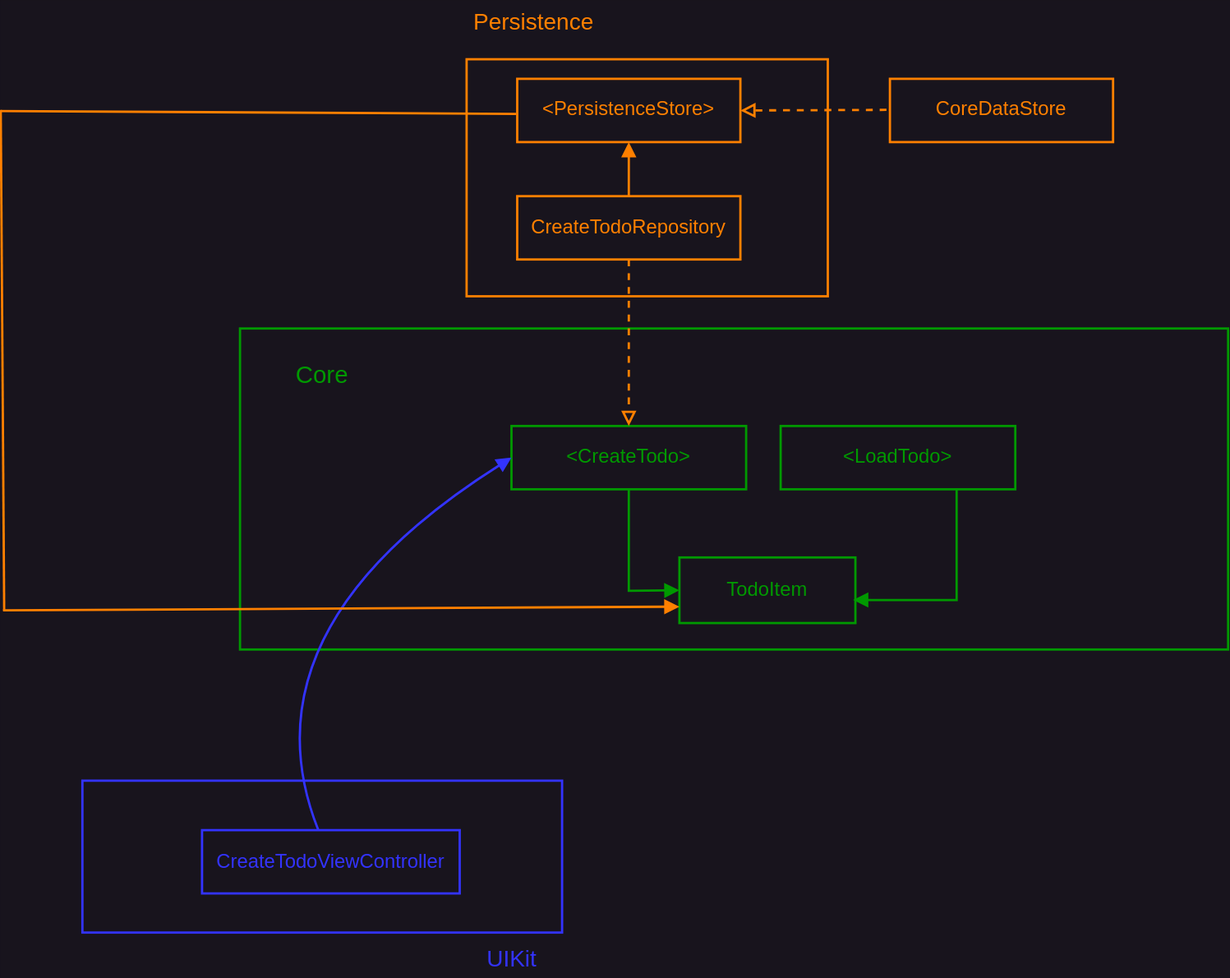
Above: architecture.svg in LR-Argentino/TodoCaseStudy (draw.io), before the change. Source tidied: cells renumbered, new cells last; positions are measured from the earlier drawing's top-left corner, leaving out a move shared by most shapes.
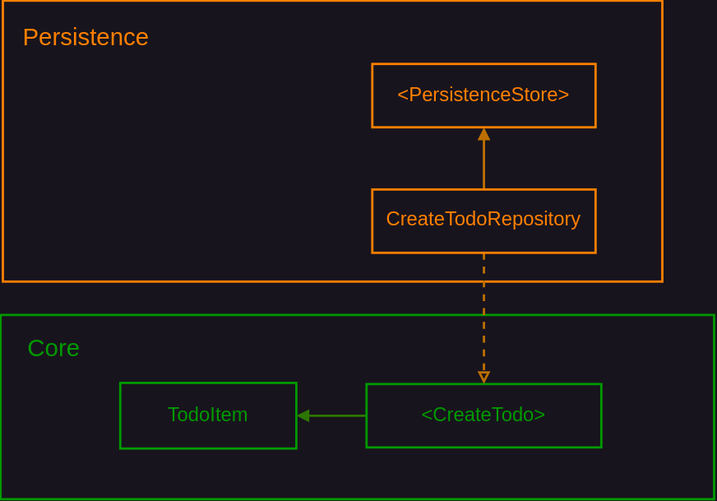
Above is the later version.

Commit message:
Rename Code and update current architecture

Change to the diagram source:
```diff
@@ -2,93 +2,38 @@
   <root>
     <mxCell id="0" />
     <mxCell id="1" parent="0" />
+    <mxCell id="24" style="rounded=0;whiteSpace=wrap;html=1;strokeWidth=2;strokeColor=#FF8000;fontStyle=0;fontSize=17;fontColor=#FF8000;fillColor=none;" parent="1" vertex="1">
+      <mxGeometry x="381" y="39" width="573" height="244" as="geometry" />
+    </mxCell>
     <mxCell id="2" style="rounded=0;whiteSpace=wrap;html=1;fillColor=none;strokeColor=#009900;strokeWidth=2;" parent="1" vertex="1">
-      <mxGeometry x="208" y="285" width="859" height="279" as="geometry" />
+      <mxGeometry x="379" y="312" width="620" height="160" as="geometry" />
     </mxCell>
-    <mxCell id="3" style="rounded=0;whiteSpace=wrap;html=1;fillColor=none;strokeColor=#3333FF;strokeWidth=2;" parent="1" vertex="1">
-      <mxGeometry x="71" y="678" width="417" height="132" as="geometry" />
-    </mxCell>
-    <mxCell id="4" style="rounded=0;whiteSpace=wrap;html=1;fillColor=none;strokeColor=#FF8000;strokeWidth=2;" parent="1" vertex="1">
-      <mxGeometry x="405" y="51" width="314" height="206" as="geometry" />
-    </mxCell>
-    <mxCell id="5" value="CoreDataStore" style="rounded=0;whiteSpace=wrap;html=1;strokeWidth=2;strokeColor=#FF8000;fontStyle=0;fontSize=17;fontColor=#FF8000;" parent="1" vertex="1">
-      <mxGeometry x="773" y="68" width="194" height="55" as="geometry" />
+    <mxCell id="5" value="&amp;lt;PersistenceStore&amp;gt;" style="rounded=0;whiteSpace=wrap;html=1;strokeWidth=2;strokeColor=#FF8000;fontStyle=0;fontSize=17;fontColor=#FF8000;" parent="1" vertex="1">
+      <mxGeometry x="702" y="94" width="194" height="55" as="geometry" />
     </mxCell>
     <mxCell id="6" value="TodoItem" style="rounded=0;whiteSpace=wrap;html=1;strokeWidth=2;strokeColor=#009900;fontStyle=0;fontSize=17;fontColor=#009900;" parent="1" vertex="1">
-      <mxGeometry x="590" y="484" width="153" height="57" as="geometry" />
+      <mxGeometry x="483" y="371" width="153" height="57" as="geometry" />
     </mxCell>
-    <mxCell id="7" style="edgeStyle=none;curved=0;rounded=0;jettySize=auto;html=1;entryX=0;entryY=0.5;entryDx=0;entryDy=0;fontSize=12;startSize=8;endSize=8;strokeWidth=2;strokeColor=#009900;endArrow=block;endFill=1;" parent="1" edge="1" source="8" target="6">
-      <mxGeometry relative="1" as="geometry">
-        <Array as="points">
-          <mxPoint x="546" y="513" />
-        </Array>
-      </mxGeometry>
+    <mxCell id="7" style="edgeStyle=orthogonalEdgeStyle;rounded=0;jettySize=auto;html=1;strokeWidth=2;fillColor=#60a917;strokeColor=#2D7600;endArrow=block;endFill=1;" parent="1" edge="1" source="8" target="6">
+      <mxGeometry relative="1" as="geometry" />
     </mxCell>
     <mxCell id="8" value="&amp;lt;CreateTodo&lt;span style=&quot;background-color: initial;&quot;&gt;&amp;gt;&lt;/span&gt;" style="rounded=0;whiteSpace=wrap;html=1;strokeWidth=2;strokeColor=#009900;fontStyle=0;fontSize=17;fontColor=#009900;" parent="1" vertex="1">
-      <mxGeometry x="444" y="369.8" width="204" height="55" as="geometry" />
+      <mxGeometry x="697" y="372" width="204" height="55" as="geometry" />
     </mxCell>
     <mxCell id="9" value="Core&amp;nbsp;" style="text;html=1;align=center;verticalAlign=middle;strokeColor=none;fillColor=none;fontSize=21;fontColor=#009900;" parent="1" vertex="1">
-      <mxGeometry x="248" y="306" width="69" height="37" as="geometry" />
+      <mxGeometry x="393.5" y="321" width="69" height="37" as="geometry" />
     </mxCell>
-    <mxCell id="10" style="edgeStyle=none;curved=1;rounded=0;jettySize=auto;html=1;fontSize=12;startSize=8;endSize=8;strokeWidth=2;strokeColor=#FF8000;dashed=1;endArrow=block;endFill=0;" parent="1" edge="1" source="12" target="8">
+    <mxCell id="10" style="edgeStyle=orthogonalEdgeStyle;rounded=0;jettySize=auto;html=1;fillColor=#f0a30a;strokeColor=#BD7000;strokeWidth=2;endArrow=block;endFill=0;dashed=1;" parent="1" edge="1" source="12" target="8">
       <mxGeometry relative="1" as="geometry" />
     </mxCell>
-    <mxCell id="11" style="edgeStyle=none;curved=1;rounded=0;jettySize=auto;html=1;fontSize=12;startSize=8;endSize=8;strokeWidth=2;strokeColor=#FF8000;endArrow=block;endFill=1;" parent="1" edge="1" source="12" target="17">
-      <mxGeometry relative="1" as="geometry" />
-    </mxCell>
+    <mxCell id="25" style="edgeStyle=orthogonalEdgeStyle;rounded=0;jettySize=auto;html=1;fillColor=#f0a30a;strokeColor=#BD7000;strokeWidth=2;endArrow=block;endFill=1;" parent="1" edge="1" source="12" target="5">
+      <mxGeometry relative="1" as="geometry" />
+    </mxCell>
     <mxCell id="12" value="CreateTodoRepository" style="rounded=0;whiteSpace=wrap;html=1;strokeWidth=2;strokeColor=#FF8000;fontStyle=0;fontSize=17;fontColor=#FF8000;" parent="1" vertex="1">
-      <mxGeometry x="449" y="170" width="194" height="55" as="geometry" />
+      <mxGeometry x="702" y="203" width="194" height="55" as="geometry" />
     </mxCell>
-    <mxCell id="13" style="edgeStyle=none;curved=1;rounded=0;jettySize=auto;html=1;fontSize=12;startSize=8;endSize=8;fontColor=#3333FF;strokeColor=#3333FF;endArrow=block;endFill=1;strokeWidth=2;entryX=0;entryY=0.5;entryDx=0;entryDy=0;" parent="1" edge="1" source="14" target="8">
-      <mxGeometry relative="1" as="geometry">
-        <Array as="points">
-          <mxPoint x="207" y="547" />
-        </Array>
-      </mxGeometry>
-    </mxCell>
-    <mxCell id="14" value="CreateTodoViewController" style="rounded=0;whiteSpace=wrap;html=1;strokeWidth=2;strokeColor=#3333FF;fontStyle=0;fontSize=17;fontColor=#3333FF;" parent="1" vertex="1">
-      <mxGeometry x="175" y="721" width="224" height="55" as="geometry" />
-    </mxCell>
-    <mxCell id="15" value="Persistence" style="text;html=1;align=center;verticalAlign=middle;strokeColor=none;fillColor=none;fontSize=20;fontColor=#FF8000;" parent="1" vertex="1">
-      <mxGeometry x="402" width="122" height="36" as="geometry" />
+    <mxCell id="15" value="Persistence" style="text;html=1;align=center;verticalAlign=middle;strokeColor=none;fillColor=none;fontSize=21;fontColor=#FF8000;" parent="1" vertex="1">
+      <mxGeometry x="389" y="51" width="128" height="37" as="geometry" />
     </mxCell>
-    <mxCell id="16" value="UIKit" style="text;html=1;align=center;verticalAlign=middle;strokeColor=none;fillColor=none;fontSize=20;fontColor=#3333FF;" parent="1" vertex="1">
-      <mxGeometry x="413" y="814" width="61" height="36" as="geometry" />
-    </mxCell>
-    <mxCell id="17" value="&amp;lt;PersistenceStore&amp;gt;" style="rounded=0;whiteSpace=wrap;html=1;strokeWidth=2;strokeColor=#FF8000;fontStyle=0;fontSize=17;fontColor=#FF8000;" parent="1" vertex="1">
-      <mxGeometry x="449" y="68" width="194" height="55" as="geometry" />
-    </mxCell>
-    <mxCell id="18" value="&amp;lt;LoadTodo&lt;span style=&quot;background-color: initial;&quot;&gt;&amp;gt;&lt;/span&gt;" style="rounded=0;whiteSpace=wrap;html=1;strokeWidth=2;strokeColor=#009900;fontStyle=0;fontSize=17;fontColor=#009900;" parent="1" vertex="1">
-      <mxGeometry x="678" y="369.8" width="204" height="55" as="geometry" />
-    </mxCell>
-    <mxCell id="19" style="edgeStyle=none;curved=0;rounded=0;jettySize=auto;html=1;entryX=0.987;entryY=0.649;entryDx=0;entryDy=0;entryPerimeter=0;fontSize=12;startSize=8;endSize=8;exitX=0.75;exitY=1;exitDx=0;exitDy=0;strokeWidth=2;strokeColor=#009900;endArrow=block;endFill=1;" parent="1" edge="1" source="18" target="6">
-      <mxGeometry relative="1" as="geometry">
-        <Array as="points">
-          <mxPoint x="831" y="521" />
-        </Array>
-      </mxGeometry>
-    </mxCell>
-    <mxCell id="20" style="edgeStyle=none;curved=1;rounded=0;jettySize=auto;html=1;fontSize=12;startSize=8;endSize=8;strokeColor=#FF8000;strokeWidth=2;entryX=1;entryY=0.5;entryDx=0;entryDy=0;dashed=1;endArrow=block;endFill=0;" parent="1" edge="1" target="17">
-      <mxGeometry relative="1" as="geometry">
-        <mxPoint x="770" y="95" as="sourcePoint" />
-      </mxGeometry>
-    </mxCell>
-    <mxCell id="21" style="edgeStyle=none;curved=1;rounded=0;orthogonalLoop=1;jettySize=auto;html=1;fontSize=12;startSize=8;endSize=8;strokeColor=#FF8000;strokeWidth=2;endArrow=none;endFill=0;" parent="1" edge="1">
-      <mxGeometry relative="1" as="geometry">
-        <mxPoint x="448" y="98.5" as="sourcePoint" />
-        <mxPoint y="96" as="targetPoint" />
-      </mxGeometry>
-    </mxCell>
-    <mxCell id="22" style="edgeStyle=none;curved=1;rounded=0;orthogonalLoop=1;jettySize=auto;html=1;fontSize=12;startSize=8;endSize=8;strokeColor=#FF8000;strokeWidth=2;endArrow=none;endFill=0;" parent="1" edge="1">
-      <mxGeometry relative="1" as="geometry">
-        <mxPoint x="3" y="530" as="sourcePoint" />
-        <mxPoint y="95" as="targetPoint" />
-      </mxGeometry>
-    </mxCell>
-    <mxCell id="23" style="edgeStyle=none;curved=1;rounded=0;jettySize=auto;html=1;fontSize=12;startSize=8;endSize=8;strokeColor=#FF8000;strokeWidth=2;endArrow=block;endFill=1;entryX=0;entryY=0.75;entryDx=0;entryDy=0;" parent="1" edge="1" target="6">
-      <mxGeometry relative="1" as="geometry">
-        <mxPoint x="2" y="530" as="sourcePoint" />
-      </mxGeometry>
-    </mxCell>
   </root>
 </mxGraphModel>
```
